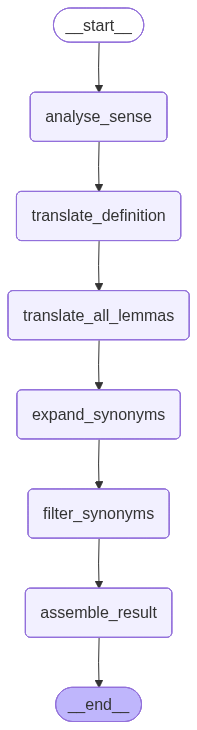
sasa5linkar/wordnet_autotranslate- keeps this Mermaid diagram as translation_graph.png. Above is the earlier version. Its source is kept beside it as translation_graph.mmd.
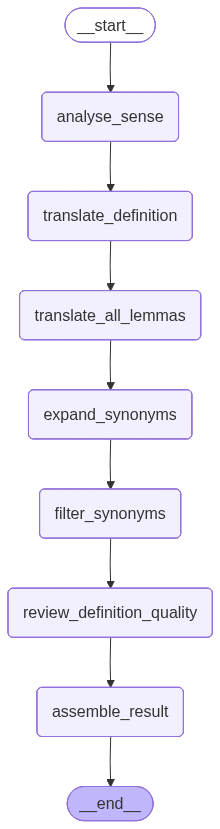
Later version of the same file.

Change to the diagram source:
```diff
@@ -10,12 +10,14 @@
 	translate_all_lemmas(translate_all_lemmas)
 	expand_synonyms(expand_synonyms)
 	filter_synonyms(filter_synonyms)
+	review_definition_quality(review_definition_quality)
 	assemble_result(assemble_result)
 	__end__([<p>__end__</p>]):::last
 	__start__ --> analyse_sense;
 	analyse_sense --> translate_definition;
 	expand_synonyms --> filter_synonyms;
-	filter_synonyms --> assemble_result;
+	filter_synonyms --> review_definition_quality;
+	review_definition_quality --> assemble_result;
 	translate_all_lemmas --> expand_synonyms;
 	translate_definition --> translate_all_lemmas;
 	assemble_result --> __end__;
```
